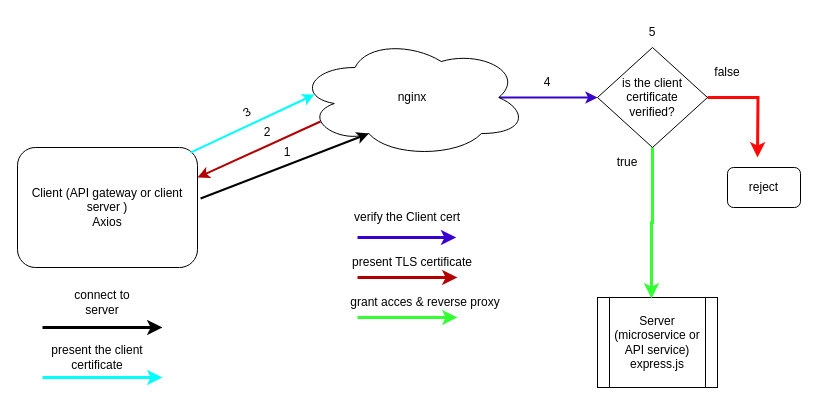
The draw.io diagram mTLSdiagram.drawio in pandashavenobugs/mTLS-with-node-blogpost, before the edit. Source tidied: cells renumbered, new cells numbered last; positions are measured from the earlier drawing's top-left corner, leaving out a move shared by most shapes. Both pictures are drawn from the tidied source at 100%, with x=0, y=0 at pixel (17, 17).
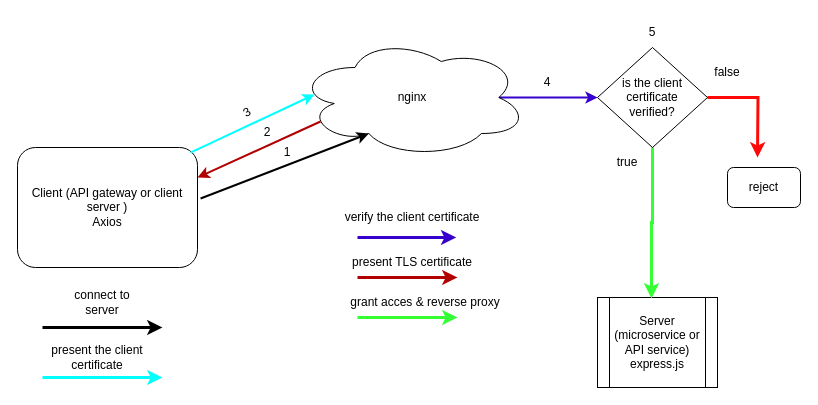
The same diagram, later.

Commit message:
client certificate

Change to the diagram source:
```diff
@@
-    <mxCell id="13" value="verify the Client cert" style="text;html=1;strokeColor=none;fillColor=none;align=center;verticalAlign=middle;whiteSpace=wrap;rounded=0;" parent="1" vertex="1">
-      <mxGeometry x="330" y="180" width="120" height="40" as="geometry" />
+    <mxCell id="13" value="verify the client certificate" style="text;html=1;strokeColor=none;fillColor=none;align=center;verticalAlign=middle;whiteSpace=wrap;rounded=0;" parent="1" vertex="1">
+      <mxGeometry x="305" y="180" width="180" height="40" as="geometry" />
     </mxCell>
```
